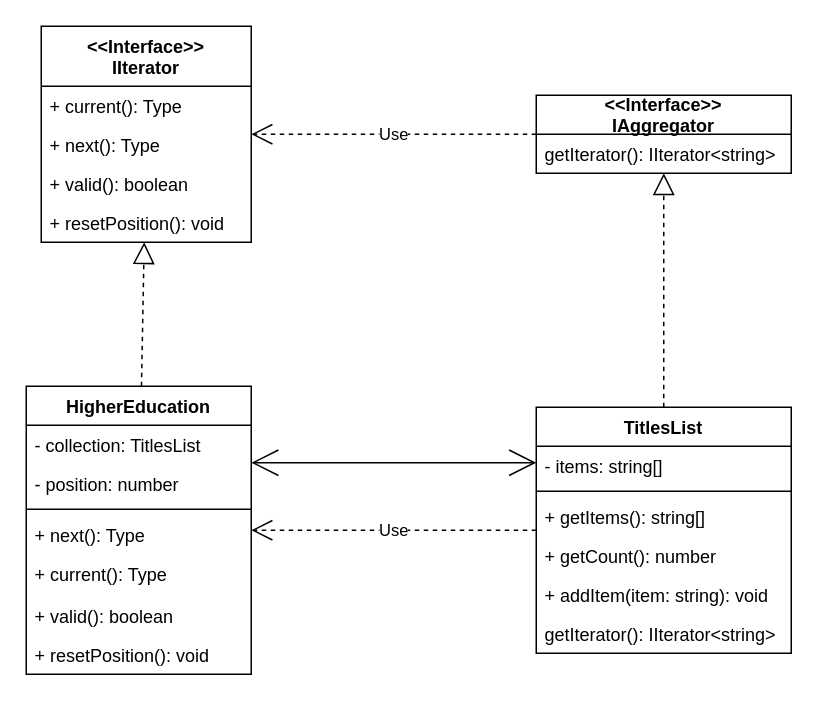
MaksimPyatak/TS keeps this draw.io diagram as Patterns/Behavioral Patterns/Iterator/iterator.drawio. Above is the earlier version. Source tidied: cells renumbered, new cells numbered last; positions are measured from the earlier drawing's top-left corner, leaving out a move shared by most shapes. Both pictures are drawn from the tidied source at 150%, with x=0, y=0 at pixel (26, 26).
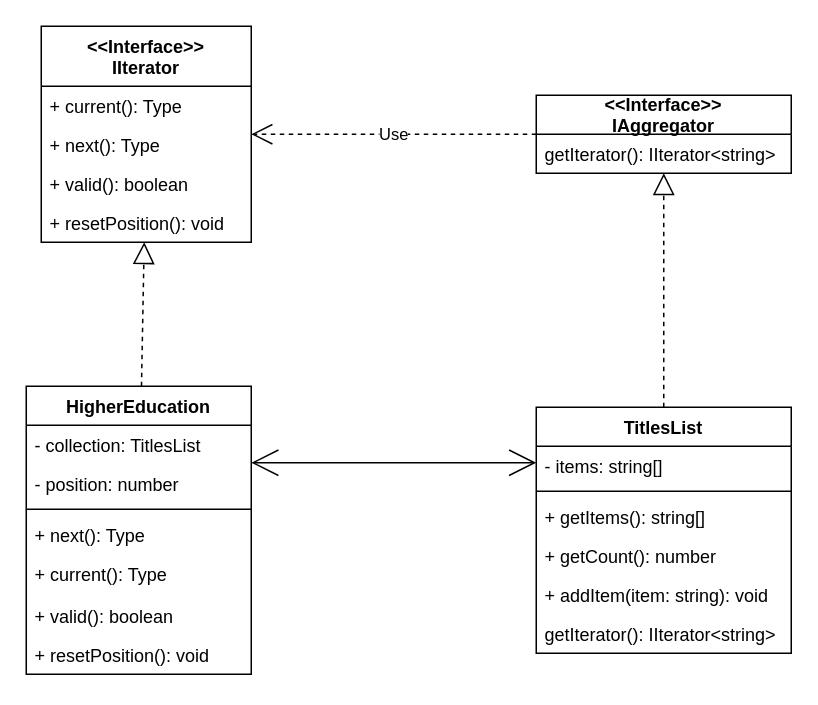
The same page after the edit.

The change refers to these unchanged cells:
```xml
<mxCell id="7" value="HigherEducation" style="swimlane;fontStyle=1;align=center;verticalAlign=top;horizontal=1;startSize=26;" parent="1" vertex="1">
  <mxGeometry y="240" width="150" height="192" as="geometry" />
</mxCell>
<mxCell id="18" value="TitlesList" style="swimlane;fontStyle=1;align=center;verticalAlign=top;horizontal=1;startSize=26;" parent="1" vertex="1">
  <mxGeometry x="340" y="254" width="170" height="164" as="geometry" />
</mxCell>
```

Diff of the diagram source:
```diff
@@
-    <mxCell id="27" value="Use" style="endArrow=open;endSize=12;dashed=1;html=1;rounded=0;" parent="1" edge="1" source="18" target="7">
-      <mxGeometry relative="1" as="geometry" />
-    </mxCell>
```
